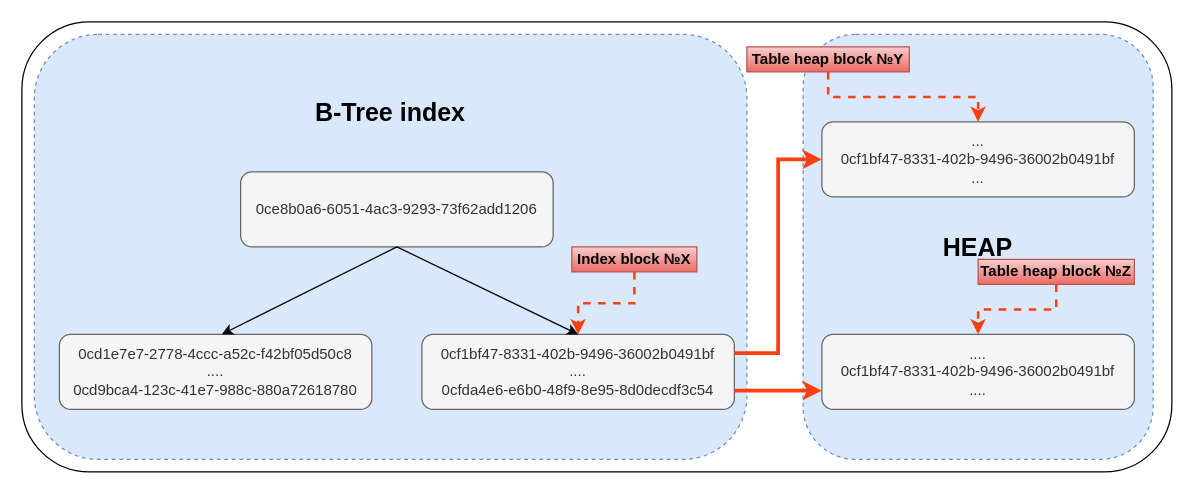
Before: неравномерный индекс.drawio in vadv/images, a draw.io diagram. Source tidied: cells renumbered, new cells numbered last; positions are measured from the earlier drawing's top-left corner, leaving out a move shared by most shapes. Both pictures are drawn from the tidied source at 125%, with x=0, y=0 at pixel (21, 21).
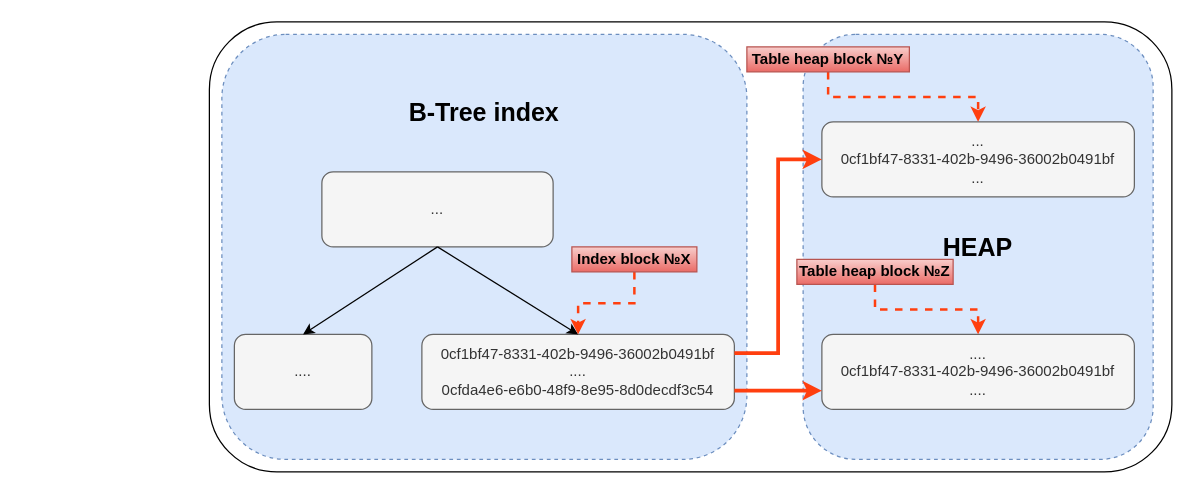
The same page after the edit.

What changed in the source:
```diff
@@
     <mxCell id="2" style="rounded=1;whiteSpace=wrap;html=1;" parent="1" vertex="1">
-      <mxGeometry width="920" height="360" as="geometry" />
+      <mxGeometry x="150" width="770" height="360" as="geometry" />
     </mxCell>
-    <mxCell id="3" value="&lt;div style=&quot;font-size: 20px&quot;&gt;&lt;font style=&quot;font-size: 20px&quot;&gt;&lt;b&gt;B-Tree index&lt;/b&gt;&lt;/font&gt;&lt;/div&gt;&lt;div style=&quot;font-size: 20px&quot;&gt;&lt;font style=&quot;font-size: 20px&quot;&gt;&lt;b&gt;&lt;br&gt;&lt;/b&gt;&lt;/font&gt;&lt;/div&gt;&lt;div style=&quot;font-size: 20px&quot;&gt;&lt;font style=&quot;font-size: 20px&quot;&gt;&lt;b&gt;&lt;br&gt;&lt;/b&gt;&lt;/font&gt;&lt;/div&gt;&lt;div style=&quot;font-size: 20px&quot;&gt;&lt;font style=&quot;font-size: 20px&quot;&gt;&lt;b&gt;&lt;br&gt;&lt;/b&gt;&lt;/font&gt;&lt;/div&gt;&lt;div style=&quot;font-size: 20px&quot;&gt;&lt;font style=&quot;font-size: 20px&quot;&gt;&lt;b&gt;&lt;br&gt;&lt;/b&gt;&lt;/font&gt;&lt;/div&gt;&lt;div style=&quot;font-size: 20px&quot;&gt;&lt;font style=&quot;font-size: 20px&quot;&gt;&lt;b&gt;&lt;br&gt;&lt;/b&gt;&lt;/font&gt;&lt;/div&gt;&lt;div style=&quot;font-size: 20px&quot;&gt;&lt;font style=&quot;font-size: 20px&quot;&gt;&lt;b&gt;&lt;br&gt;&lt;/b&gt;&lt;/font&gt;&lt;/div&gt;&lt;div style=&quot;font-size: 20px&quot;&gt;&lt;font style=&quot;font-size: 20px&quot;&gt;&lt;b&gt;&lt;br&gt;&lt;/b&gt;&lt;/font&gt;&lt;/div&gt;&lt;div style=&quot;font-size: 20px&quot;&gt;&lt;font style=&quot;font-size: 20px&quot;&gt;&lt;b&gt;&lt;br&gt;&lt;/b&gt;&lt;/font&gt;&lt;/div&gt;&lt;div style=&quot;font-size: 20px&quot;&gt;&lt;font style=&quot;font-size: 20px&quot;&gt;&lt;b&gt;&lt;br&gt;&lt;/b&gt;&lt;/font&gt;&lt;/div&gt;" style="rounded=1;whiteSpace=wrap;html=1;dashed=1;fillColor=#dae8fc;strokeColor=#6c8ebf;" parent="1" vertex="1">
-      <mxGeometry x="10" y="10" width="570" height="340" as="geometry" />
+    <mxCell id="3" value="&lt;div style=&quot;font-size: 20px&quot;&gt;&lt;font style=&quot;font-size: 20px&quot;&gt;&lt;b&gt;B-Tree index&lt;br&gt;&lt;/b&gt;&lt;/font&gt;&lt;/div&gt;&lt;div style=&quot;font-size: 20px&quot;&gt;&lt;font style=&quot;font-size: 20px&quot;&gt;&lt;b&gt;&lt;br&gt;&lt;/b&gt;&lt;/font&gt;&lt;/div&gt;&lt;div style=&quot;font-size: 20px&quot;&gt;&lt;font style=&quot;font-size: 20px&quot;&gt;&lt;b&gt;&lt;br&gt;&lt;/b&gt;&lt;/font&gt;&lt;/div&gt;&lt;div style=&quot;font-size: 20px&quot;&gt;&lt;font style=&quot;font-size: 20px&quot;&gt;&lt;b&gt;&lt;br&gt;&lt;/b&gt;&lt;/font&gt;&lt;/div&gt;&lt;div style=&quot;font-size: 20px&quot;&gt;&lt;font style=&quot;font-size: 20px&quot;&gt;&lt;b&gt;&lt;br&gt;&lt;/b&gt;&lt;/font&gt;&lt;/div&gt;&lt;div style=&quot;font-size: 20px&quot;&gt;&lt;font style=&quot;font-size: 20px&quot;&gt;&lt;b&gt;&lt;br&gt;&lt;/b&gt;&lt;/font&gt;&lt;/div&gt;&lt;div style=&quot;font-size: 20px&quot;&gt;&lt;font style=&quot;font-size: 20px&quot;&gt;&lt;b&gt;&lt;br&gt;&lt;/b&gt;&lt;/font&gt;&lt;/div&gt;&lt;div style=&quot;font-size: 20px&quot;&gt;&lt;font style=&quot;font-size: 20px&quot;&gt;&lt;b&gt;&lt;br&gt;&lt;/b&gt;&lt;/font&gt;&lt;/div&gt;&lt;div style=&quot;font-size: 20px&quot;&gt;&lt;font style=&quot;font-size: 20px&quot;&gt;&lt;b&gt;&lt;br&gt;&lt;/b&gt;&lt;/font&gt;&lt;/div&gt;&lt;div style=&quot;font-size: 20px&quot;&gt;&lt;font style=&quot;font-size: 20px&quot;&gt;&lt;b&gt;&lt;br&gt;&lt;/b&gt;&lt;/font&gt;&lt;/div&gt;" style="rounded=1;whiteSpace=wrap;html=1;dashed=1;fillColor=#dae8fc;strokeColor=#6c8ebf;" parent="1" vertex="1">
+      <mxGeometry x="160" y="10" width="420" height="340" as="geometry" />
     </mxCell>
-    <mxCell id="4" value="0ce8b0a6-6051-4ac3-9293-73f62add1206" style="rounded=1;whiteSpace=wrap;html=1;fillColor=#f5f5f5;strokeColor=#666666;fontColor=#333333;" parent="1" vertex="1">
-      <mxGeometry x="175" y="120" width="250" height="60" as="geometry" />
+    <mxCell id="4" value="..." style="rounded=1;whiteSpace=wrap;html=1;fillColor=#f5f5f5;strokeColor=#666666;fontColor=#333333;" parent="1" vertex="1">
+      <mxGeometry x="240" y="120" width="185" height="60" as="geometry" />
     </mxCell>
-    <mxCell id="5" value="&lt;div&gt;0cd1e7e7-2778-4ccc-a52c-f42bf05d50c8&lt;br&gt;&lt;/div&gt;&lt;div&gt;....&lt;br&gt;&lt;/div&gt;&lt;div&gt;0cd9bca4-123c-41e7-988c-880a72618780&lt;br&gt;&lt;/div&gt;" style="rounded=1;whiteSpace=wrap;html=1;fillColor=#f5f5f5;strokeColor=#666666;fontColor=#333333;" parent="1" vertex="1">
-      <mxGeometry x="30" y="250" width="250" height="60" as="geometry" />
+    <mxCell id="5" value="...." style="rounded=1;whiteSpace=wrap;html=1;fillColor=#f5f5f5;strokeColor=#666666;fontColor=#333333;" parent="1" vertex="1">
+      <mxGeometry x="170" y="250" width="110" height="60" as="geometry" />
     </mxCell>
@@
-    <mxCell id="7" style="endArrow=classic;html=1;exitX=0.5;exitY=1;exitDx=0;exitDy=0;" parent="1" edge="1" source="4">
-      <mxGeometry relative="1" as="geometry">
-        <mxPoint x="160" y="250" as="targetPoint" />
-      </mxGeometry>
+    <mxCell id="7" style="endArrow=classic;html=1;exitX=0.5;exitY=1;exitDx=0;exitDy=0;entryX=0.5;entryY=0;entryDx=0;entryDy=0;" parent="1" edge="1" source="4" target="5">
+      <mxGeometry relative="1" as="geometry" />
     </mxCell>
@@
     <mxCell id="19" value="&lt;b&gt;Table heap block №Z&lt;/b&gt;" style="text;html=1;strokeColor=#b85450;fillColor=#f8cecc;align=center;verticalAlign=middle;whiteSpace=wrap;rounded=0;gradientColor=#ea6b66;" parent="1" vertex="1">
-      <mxGeometry x="765" y="190" width="125" height="20" as="geometry" />
+      <mxGeometry x="620" y="190" width="125" height="20" as="geometry" />
     </mxCell>
```
